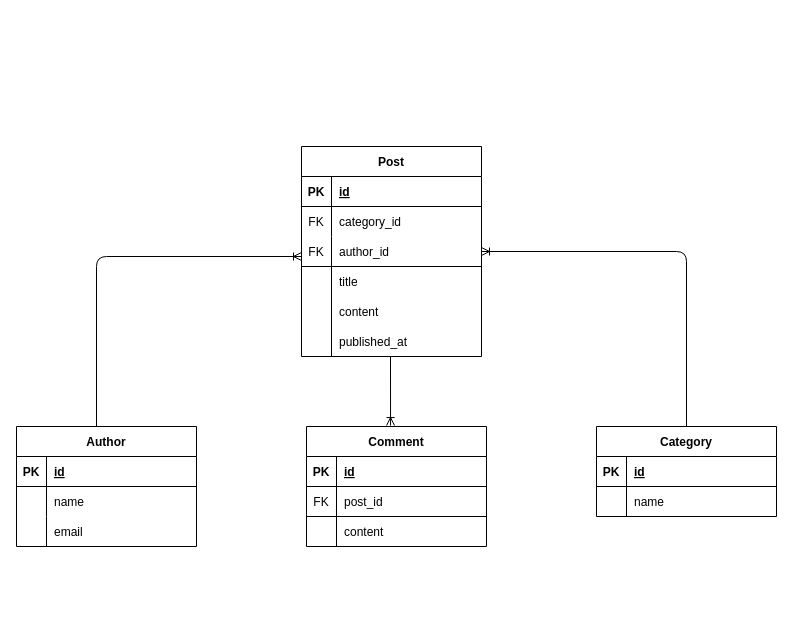
Before: diagrams/ERD/ERD.drawio in MayyarShanwar/first-project, a draw.io diagram. Source tidied: cells renumbered, new cells numbered last; positions are measured from the earlier drawing's top-left corner, leaving out a move shared by most shapes. Both pictures are drawn from the tidied source at 100%, with x=0, y=0 at pixel (16, 146).
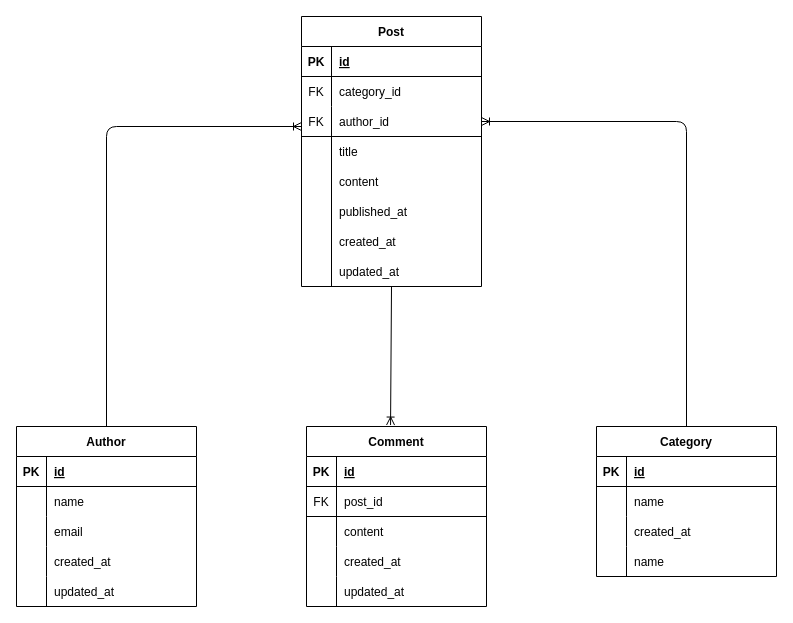
The same page after the edit.

Commit message (it also covers changes not shown here):
fix an error in the ERD and add the Class Diagram

Unchanged cells that the change refers to:
```xml
<mxCell id="9" style="shape=partialRectangle;fillColor=none;top=0;left=0;bottom=0;right=0;points=[[0,0.5],[1,0.5]];portConstraint=eastwest;" parent="2" vertex="1">
  <mxGeometry y="90" width="180" height="30" as="geometry" />
</mxCell>
```

Change to the diagram source:
```diff
@@
     <mxCell id="2" value="Post" style="shape=table;startSize=30;childLayout=tableLayout;rowLines=0;fontStyle=1;align=center;" parent="1" vertex="1">
-      <mxGeometry x="285" width="180" height="210" as="geometry" />
+      <mxGeometry x="285" y="-130" width="180" height="270" as="geometry" />
     </mxCell>
@@
+    <mxCell id="47" style="shape=partialRectangle;fillColor=none;top=0;left=0;bottom=0;right=0;" parent="2" vertex="1">
+      <mxGeometry y="150" width="180" height="30" as="geometry" />
+    </mxCell>
+    <mxCell id="48" style="shape=partialRectangle;fillColor=none;top=0;left=0;bottom=0;right=0;overflow=hidden;" parent="47" vertex="1">
+      <mxGeometry width="30" height="30" as="geometry" />
+    </mxCell>
+    <mxCell id="42" value="content" style="shape=partialRectangle;fillColor=none;top=0;left=1;bottom=0;right=0;align=left;spacingLeft=6;overflow=hidden;" parent="47" vertex="1">
+      <mxGeometry x="30" width="150" height="30" as="geometry" />
+    </mxCell>
+    <mxCell id="49" style="shape=partialRectangle;fillColor=none;top=0;left=0;bottom=0;right=0;" parent="2" vertex="1">
+      <mxGeometry y="180" width="180" height="30" as="geometry" />
+    </mxCell>
+    <mxCell id="50" style="shape=partialRectangle;fillColor=none;top=0;left=0;bottom=0;right=0;overflow=hidden;" parent="49" vertex="1">
+      <mxGeometry width="30" height="30" as="geometry" />
+    </mxCell>
+    <mxCell id="43" value="published_at" style="shape=partialRectangle;fillColor=none;top=0;left=1;bottom=0;right=0;align=left;spacingLeft=6;overflow=hidden;" parent="49" vertex="1">
+      <mxGeometry x="30" width="150" height="30" as="geometry" />
+    </mxCell>
+    <mxCell id="51" style="shape=partialRectangle;fillColor=none;top=0;left=0;bottom=0;right=0;" parent="2" vertex="1">
+      <mxGeometry y="210" width="180" height="30" as="geometry" />
+    </mxCell>
+    <mxCell id="52" style="shape=partialRectangle;fillColor=none;top=0;left=0;bottom=0;right=0;overflow=hidden;" parent="51" vertex="1">
+      <mxGeometry width="30" height="30" as="geometry" />
+    </mxCell>
+    <mxCell id="53" value="created_at" style="shape=partialRectangle;fillColor=none;top=0;left=1;bottom=0;right=0;align=left;spacingLeft=6;overflow=hidden;" parent="51" vertex="1">
+      <mxGeometry x="30" width="150" height="30" as="geometry" />
+    </mxCell>
+    <mxCell id="54" style="shape=partialRectangle;fillColor=none;top=0;left=0;bottom=0;right=0;" parent="2" vertex="1">
+      <mxGeometry y="240" width="180" height="30" as="geometry" />
+    </mxCell>
+    <mxCell id="55" style="shape=partialRectangle;fillColor=none;top=0;left=0;bottom=0;right=0;overflow=hidden;" parent="54" vertex="1">
+      <mxGeometry width="30" height="30" as="geometry" />
+    </mxCell>
+    <mxCell id="56" value="updated_at" style="shape=partialRectangle;fillColor=none;top=0;left=1;bottom=0;right=0;align=left;spacingLeft=6;overflow=hidden;" parent="54" vertex="1">
+      <mxGeometry x="30" width="150" height="30" as="geometry" />
+    </mxCell>
     <mxCell id="15" value="Category" style="shape=table;startSize=30;childLayout=tableLayout;rowLines=0;fontStyle=1;align=center;" parent="1" vertex="1">
-      <mxGeometry x="580" y="280" width="180" height="90" as="geometry" />
+      <mxGeometry x="580" y="280" width="180" height="150" as="geometry" />
     </mxCell>
@@
+    <mxCell id="57" style="shape=partialRectangle;fillColor=none;top=0;left=0;bottom=0;right=0;" parent="15" vertex="1">
+      <mxGeometry y="90" width="180" height="30" as="geometry" />
+    </mxCell>
+    <mxCell id="58" style="shape=partialRectangle;fillColor=none;top=0;left=0;bottom=0;right=0;overflow=hidden;" parent="57" vertex="1">
+      <mxGeometry width="30" height="30" as="geometry" />
+    </mxCell>
+    <mxCell id="59" value="created_at" style="shape=partialRectangle;fillColor=none;top=0;left=0;bottom=0;right=0;align=left;spacingLeft=6;overflow=hidden;" parent="57" vertex="1">
+      <mxGeometry x="30" width="150" height="30" as="geometry" />
+    </mxCell>
+    <mxCell id="60" style="shape=partialRectangle;fillColor=none;top=0;left=0;bottom=0;right=0;" parent="15" vertex="1">
+      <mxGeometry y="120" width="180" height="30" as="geometry" />
+    </mxCell>
+    <mxCell id="61" style="shape=partialRectangle;fillColor=none;top=0;left=0;bottom=0;right=0;overflow=hidden;" parent="60" vertex="1">
+      <mxGeometry width="30" height="30" as="geometry" />
+    </mxCell>
+    <mxCell id="62" value="name" style="shape=partialRectangle;fillColor=none;top=0;left=0;bottom=0;right=0;align=left;spacingLeft=6;overflow=hidden;" parent="60" vertex="1">
+      <mxGeometry x="30" width="150" height="30" as="geometry" />
+    </mxCell>
     <mxCell id="22" value="Comment" style="shape=table;startSize=30;childLayout=tableLayout;rowLines=0;fontStyle=1;align=center;" parent="1" vertex="1">
-      <mxGeometry x="290" y="280" width="180" height="120" as="geometry" />
+      <mxGeometry x="290" y="280" width="180" height="180" as="geometry" />
     </mxCell>
@@
+    <mxCell id="63" style="shape=partialRectangle;fillColor=none;top=0;left=0;bottom=0;right=0;" parent="22" vertex="1">
+      <mxGeometry y="120" width="180" height="30" as="geometry" />
+    </mxCell>
+    <mxCell id="64" style="shape=partialRectangle;fillColor=none;top=0;left=0;bottom=0;right=0;overflow=hidden;" parent="63" vertex="1">
+      <mxGeometry width="30" height="30" as="geometry" />
+    </mxCell>
+    <mxCell id="65" value="created_at" style="shape=partialRectangle;fillColor=none;top=0;left=0;bottom=0;right=0;align=left;spacingLeft=6;overflow=hidden;" parent="63" vertex="1">
+      <mxGeometry x="30" width="150" height="30" as="geometry" />
+    </mxCell>
+    <mxCell id="66" style="shape=partialRectangle;fillColor=none;top=0;left=0;bottom=0;right=0;" parent="22" vertex="1">
+      <mxGeometry y="150" width="180" height="30" as="geometry" />
+    </mxCell>
+    <mxCell id="67" style="shape=partialRectangle;fillColor=none;top=0;left=0;bottom=0;right=0;overflow=hidden;" parent="66" vertex="1">
+      <mxGeometry width="30" height="30" as="geometry" />
+    </mxCell>
+    <mxCell id="68" value="updated_at" style="shape=partialRectangle;fillColor=none;top=0;left=0;bottom=0;right=0;align=left;spacingLeft=6;overflow=hidden;" parent="66" vertex="1">
+      <mxGeometry x="30" width="150" height="30" as="geometry" />
+    </mxCell>
     <mxCell id="32" value="Author" style="shape=table;startSize=30;childLayout=tableLayout;rowLines=0;fontStyle=1;align=center;" parent="1" vertex="1">
-      <mxGeometry y="280" width="180" height="120" as="geometry" />
+      <mxGeometry y="280" width="180" height="180" as="geometry" />
     </mxCell>
@@
-    <mxCell id="42" value="content" style="shape=partialRectangle;fillColor=none;top=0;left=1;bottom=0;right=0;align=left;spacingLeft=6;overflow=hidden;" parent="1" vertex="1">
-      <mxGeometry x="315" y="150" width="150" height="30" as="geometry" />
-    </mxCell>
-    <mxCell id="43" value="published_at" style="shape=partialRectangle;fillColor=none;top=0;left=1;bottom=0;right=0;align=left;spacingLeft=6;overflow=hidden;" parent="1" vertex="1">
-      <mxGeometry x="315" y="180" width="150" height="30" as="geometry" />
-    </mxCell>
+    <mxCell id="69" style="shape=partialRectangle;fillColor=none;top=0;left=0;bottom=0;right=0;" parent="32" vertex="1">
+      <mxGeometry y="120" width="180" height="30" as="geometry" />
+    </mxCell>
+    <mxCell id="70" style="shape=partialRectangle;fillColor=none;top=0;left=0;bottom=0;right=0;overflow=hidden;" parent="69" vertex="1">
+      <mxGeometry width="30" height="30" as="geometry" />
+    </mxCell>
+    <mxCell id="71" value="created_at" style="shape=partialRectangle;fillColor=none;top=0;left=0;bottom=0;right=0;align=left;spacingLeft=6;overflow=hidden;" parent="69" vertex="1">
+      <mxGeometry x="30" width="150" height="30" as="geometry" />
+    </mxCell>
+    <mxCell id="72" style="shape=partialRectangle;fillColor=none;top=0;left=0;bottom=0;right=0;" parent="32" vertex="1">
+      <mxGeometry y="150" width="180" height="30" as="geometry" />
+    </mxCell>
+    <mxCell id="73" style="shape=partialRectangle;fillColor=none;top=0;left=0;bottom=0;right=0;overflow=hidden;" parent="72" vertex="1">
+      <mxGeometry width="30" height="30" as="geometry" />
+    </mxCell>
+    <mxCell id="74" value="updated_at" style="shape=partialRectangle;fillColor=none;top=0;left=0;bottom=0;right=0;align=left;spacingLeft=6;overflow=hidden;" parent="72" vertex="1">
+      <mxGeometry x="30" width="150" height="30" as="geometry" />
+    </mxCell>
-    <mxCell id="44" style="edgeStyle=orthogonalEdgeStyle;fontSize=12;html=1;endArrow=ERoneToMany;" parent="1" edge="1">
+    <mxCell id="44" style="edgeStyle=orthogonalEdgeStyle;fontSize=12;html=1;endArrow=ERoneToMany;exitX=0.5;exitY=0;exitDx=0;exitDy=0;" parent="1" edge="1" source="32">
       <mxGeometry relative="1" as="geometry">
-        <mxPoint x="80" y="280" as="sourcePoint" />
-        <mxPoint x="285" y="110" as="targetPoint" />
+        <mxPoint x="285" y="-20" as="targetPoint" />
         <Array as="points">
-          <mxPoint x="80" y="110" />
-          <mxPoint x="285" y="110" />
+          <mxPoint x="90" y="-20" />
         </Array>
       </mxGeometry>
     </mxCell>
     <mxCell id="45" style="edgeStyle=orthogonalEdgeStyle;fontSize=12;html=1;endArrow=ERoneToMany;exitX=0.5;exitY=0;exitDx=0;exitDy=0;entryX=1;entryY=0.5;entryDx=0;entryDy=0;" parent="1" edge="1" source="15" target="9">
       <mxGeometry relative="1" as="geometry">
         <Array as="points">
-          <mxPoint x="670" y="105" />
+          <mxPoint x="670" y="-25" />
         </Array>
       </mxGeometry>
     </mxCell>
-    <mxCell id="46" style="fontSize=12;html=1;endArrow=ERoneToMany;entryX=0.467;entryY=-0.008;entryDx=0;entryDy=0;entryPerimeter=0;" parent="1" edge="1" target="22">
-      <mxGeometry relative="1" as="geometry">
-        <mxPoint x="374" y="210" as="sourcePoint" />
-      </mxGeometry>
+    <mxCell id="46" style="fontSize=12;html=1;endArrow=ERoneToMany;entryX=0.467;entryY=-0.008;entryDx=0;entryDy=0;entryPerimeter=0;exitX=0.5;exitY=1;exitDx=0;exitDy=0;" parent="1" edge="1" source="2" target="22">
+      <mxGeometry relative="1" as="geometry" />
     </mxCell>
```
